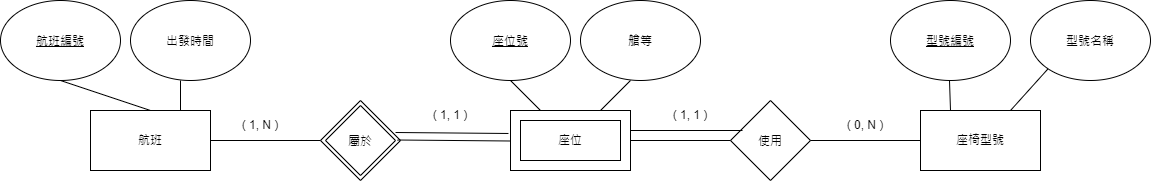
Above: 4B3G0902_第八題.drawio.png in xuyouxin-creator/draw.io_20260917 (draw.io), before the change. Source tidied: cells renumbered, new cells last; positions are measured from the earlier drawing's top-left corner, leaving out a move shared by most shapes. The source it was exported from:
```xml
<mxGraphModel>
  <root>
    <mxCell id="0" />
    <mxCell id="1" parent="0" />
    <mxCell id="2" value="航班" style="rounded=0;whiteSpace=wrap;html=1;" parent="1" vertex="1">
      <mxGeometry x="90" y="110" width="120" height="60" as="geometry" />
    </mxCell>
    <mxCell id="3" value="&lt;u&gt;航班編號&lt;/u&gt;" style="ellipse;whiteSpace=wrap;html=1;shapeInside=1;" parent="1" vertex="1">
      <mxGeometry width="120" height="80" as="geometry" />
    </mxCell>
    <mxCell id="4" value="出發時間" style="ellipse;whiteSpace=wrap;html=1;shapeInside=1;" parent="1" vertex="1">
      <mxGeometry x="130" width="120" height="80" as="geometry" />
    </mxCell>
    <mxCell id="5" style="rounded=0;whiteSpace=wrap;html=1;" parent="1" vertex="1">
      <mxGeometry x="510" y="110" width="120" height="60" as="geometry" />
    </mxCell>
    <mxCell id="6" value="座位" style="rounded=0;whiteSpace=wrap;html=1;" parent="1" vertex="1">
      <mxGeometry x="520" y="120" width="100" height="40" as="geometry" />
    </mxCell>
    <mxCell id="7" value="&lt;u&gt;座位號&lt;/u&gt;" style="ellipse;whiteSpace=wrap;html=1;shapeInside=1;" parent="1" vertex="1">
      <mxGeometry x="450" width="120" height="80" as="geometry" />
    </mxCell>
    <mxCell id="8" value="艙等" style="ellipse;whiteSpace=wrap;html=1;shapeInside=1;" parent="1" vertex="1">
      <mxGeometry x="580" width="120" height="80" as="geometry" />
    </mxCell>
    <mxCell id="9" value="座椅型號" style="rounded=0;whiteSpace=wrap;html=1;" parent="1" vertex="1">
      <mxGeometry x="920" y="110" width="120" height="60" as="geometry" />
    </mxCell>
    <mxCell id="10" value="&lt;u&gt;型號編號&lt;/u&gt;" style="ellipse;whiteSpace=wrap;html=1;shapeInside=1;" parent="1" vertex="1">
      <mxGeometry x="890" width="120" height="80" as="geometry" />
    </mxCell>
    <mxCell id="11" value="型號名稱" style="ellipse;whiteSpace=wrap;html=1;shapeInside=1;" parent="1" vertex="1">
      <mxGeometry x="1030" width="120" height="80" as="geometry" />
    </mxCell>
    <mxCell id="12" style="rhombus;whiteSpace=wrap;html=1;shapeInside=1;" parent="1" vertex="1">
      <mxGeometry x="320" y="100" width="80" height="80" as="geometry" />
    </mxCell>
    <mxCell id="13" value="屬於" style="rhombus;whiteSpace=wrap;html=1;shapeInside=1;" parent="1" vertex="1">
      <mxGeometry x="325" y="105" width="70" height="70" as="geometry" />
    </mxCell>
    <mxCell id="14" value="使用" style="rhombus;whiteSpace=wrap;html=1;shapeInside=1;" parent="1" vertex="1">
      <mxGeometry x="730" y="100" width="80" height="80" as="geometry" />
    </mxCell>
    <mxCell id="15" style="endArrow=none;html=1;rounded=0;entryX=0;entryY=0.5;entryDx=0;entryDy=0;" parent="1" edge="1" target="12">
      <mxGeometry relative="1" as="geometry">
        <mxPoint x="210" y="140" as="sourcePoint" />
      </mxGeometry>
    </mxCell>
    <mxCell id="16" style="endArrow=none;html=1;rounded=0;exitX=0.938;exitY=0.4;exitDx=0;exitDy=0;exitPerimeter=0;entryX=-0.017;entryY=0.383;entryDx=0;entryDy=0;entryPerimeter=0;" parent="1" edge="1" source="12" target="5">
      <mxGeometry relative="1" as="geometry" />
    </mxCell>
    <mxCell id="17" style="endArrow=none;html=1;rounded=0;exitX=0.938;exitY=0.4;exitDx=0;exitDy=0;exitPerimeter=0;entryX=-0.017;entryY=0.383;entryDx=0;entryDy=0;entryPerimeter=0;" parent="1" edge="1">
      <mxGeometry relative="1" as="geometry">
        <mxPoint x="397" y="139.5" as="sourcePoint" />
        <mxPoint x="510" y="140.5" as="targetPoint" />
      </mxGeometry>
    </mxCell>
    <mxCell id="18" value="( 1, N )" style="text;html=1;whiteSpace=wrap;strokeColor=none;fillColor=none;align=center;verticalAlign=middle;rounded=0;" parent="1" vertex="1">
      <mxGeometry x="230" y="110" width="60" height="30" as="geometry" />
    </mxCell>
    <mxCell id="19" value="( 1, 1 )" style="text;html=1;whiteSpace=wrap;strokeColor=none;fillColor=none;align=center;verticalAlign=middle;rounded=0;" parent="1" vertex="1">
      <mxGeometry x="420" y="100" width="60" height="30" as="geometry" />
    </mxCell>
    <mxCell id="20" style="endArrow=none;html=1;rounded=0;entryX=0;entryY=0.5;entryDx=0;entryDy=0;" parent="1" edge="1" target="14">
      <mxGeometry relative="1" as="geometry">
        <mxPoint x="630" y="140" as="sourcePoint" />
      </mxGeometry>
    </mxCell>
    <mxCell id="21" style="endArrow=none;html=1;rounded=0;entryX=0.15;entryY=0.375;entryDx=0;entryDy=0;entryPerimeter=0;" parent="1" edge="1" target="14">
      <mxGeometry relative="1" as="geometry">
        <mxPoint x="630" y="130" as="sourcePoint" />
      </mxGeometry>
    </mxCell>
    <mxCell id="22" value="( 1, 1 )" style="text;html=1;whiteSpace=wrap;strokeColor=none;fillColor=none;align=center;verticalAlign=middle;rounded=0;" parent="1" vertex="1">
      <mxGeometry x="660" y="100" width="60" height="30" as="geometry" />
    </mxCell>
    <mxCell id="23" style="endArrow=none;html=1;rounded=0;entryX=0;entryY=0.5;entryDx=0;entryDy=0;" parent="1" edge="1" target="9">
      <mxGeometry relative="1" as="geometry">
        <mxPoint x="810" y="140" as="sourcePoint" />
      </mxGeometry>
    </mxCell>
    <mxCell id="24" value="( 0, N )" style="text;html=1;whiteSpace=wrap;strokeColor=none;fillColor=none;align=center;verticalAlign=middle;rounded=0;" parent="1" vertex="1">
      <mxGeometry x="835" y="110" width="60" height="30" as="geometry" />
    </mxCell>
    <mxCell id="25" style="endArrow=none;html=1;rounded=0;exitX=0.75;exitY=0;exitDx=0;exitDy=0;" parent="1" edge="1" source="2">
      <mxGeometry relative="1" as="geometry">
        <mxPoint x="180" y="80" as="targetPoint" />
      </mxGeometry>
    </mxCell>
    <mxCell id="26" style="endArrow=none;html=1;rounded=0;exitX=0.5;exitY=0;exitDx=0;exitDy=0;" parent="1" edge="1" source="2">
      <mxGeometry relative="1" as="geometry">
        <mxPoint x="60" y="80" as="targetPoint" />
      </mxGeometry>
    </mxCell>
    <mxCell id="27" style="endArrow=none;html=1;rounded=0;exitX=0.75;exitY=0;exitDx=0;exitDy=0;" parent="1" edge="1" source="5">
      <mxGeometry relative="1" as="geometry">
        <mxPoint x="630" y="80" as="targetPoint" />
      </mxGeometry>
    </mxCell>
    <mxCell id="28" style="endArrow=none;html=1;rounded=0;exitX=0.5;exitY=1;exitDx=0;exitDy=0;entryX=0.25;entryY=0;entryDx=0;entryDy=0;" parent="1" edge="1" source="7" target="5">
      <mxGeometry relative="1" as="geometry" />
    </mxCell>
    <mxCell id="29" style="endArrow=none;html=1;rounded=0;exitX=0.75;exitY=0;exitDx=0;exitDy=0;entryX=0;entryY=1;entryDx=0;entryDy=0;" parent="1" edge="1" source="9" target="11">
      <mxGeometry relative="1" as="geometry" />
    </mxCell>
    <mxCell id="30" style="endArrow=none;html=1;rounded=0;exitX=0.25;exitY=0;exitDx=0;exitDy=0;" parent="1" edge="1" source="9">
      <mxGeometry relative="1" as="geometry">
        <mxPoint x="949" y="80" as="targetPoint" />
      </mxGeometry>
    </mxCell>
  </root>
</mxGraphModel>
```
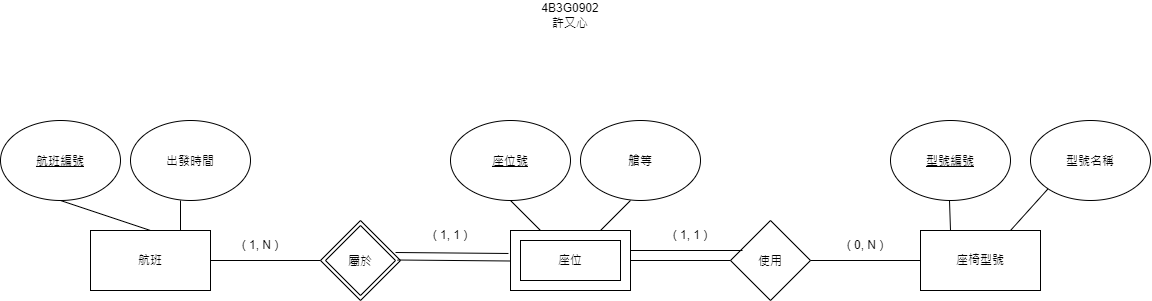
The same file after the commit.

Commit message:
更新4B3G0902_第八題.drawio.png

Change to the diagram source:
```diff
@@ -108,5 +108,8 @@
         <mxPoint x="949" y="80" as="targetPoint" />
       </mxGeometry>
     </mxCell>
+    <mxCell id="31" value="4B3G0902&lt;div&gt;許又心&lt;/div&gt;" style="text;html=1;whiteSpace=wrap;strokeColor=none;fillColor=none;align=center;verticalAlign=middle;rounded=0;" parent="1" vertex="1">
+      <mxGeometry x="540" y="-120" width="60" height="30" as="geometry" />
+    </mxCell>
   </root>
 </mxGraphModel>
```
